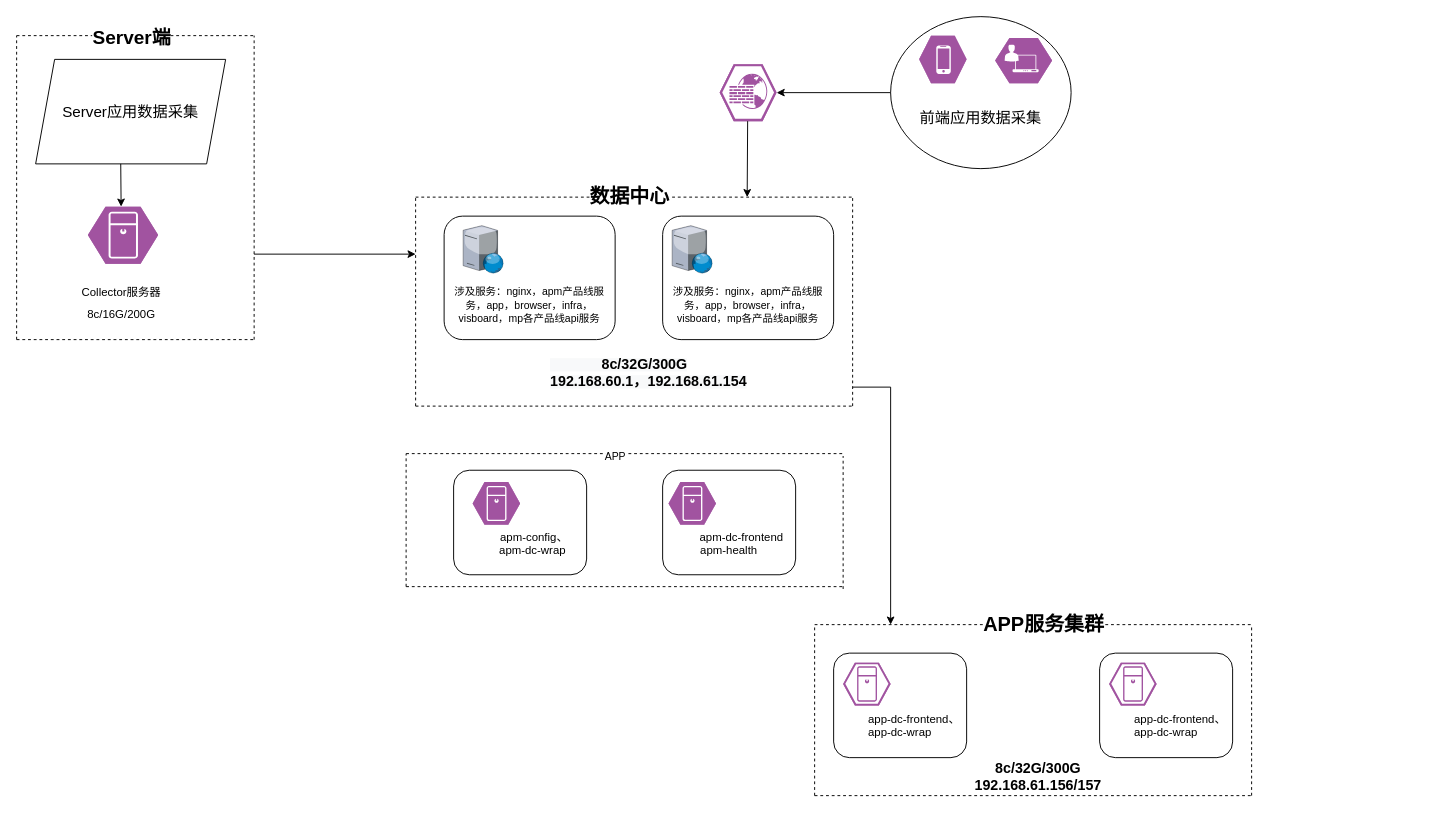
Before: 联合利华.drawio in zeng0550/free-programming-books, a draw.io diagram. Source tidied: cells renumbered, new cells numbered last; positions are measured from the earlier drawing's top-left corner, leaving out a move shared by most shapes. Both pictures are drawn from the tidied source at 95%, with x=0, y=0 at pixel (16, 16).
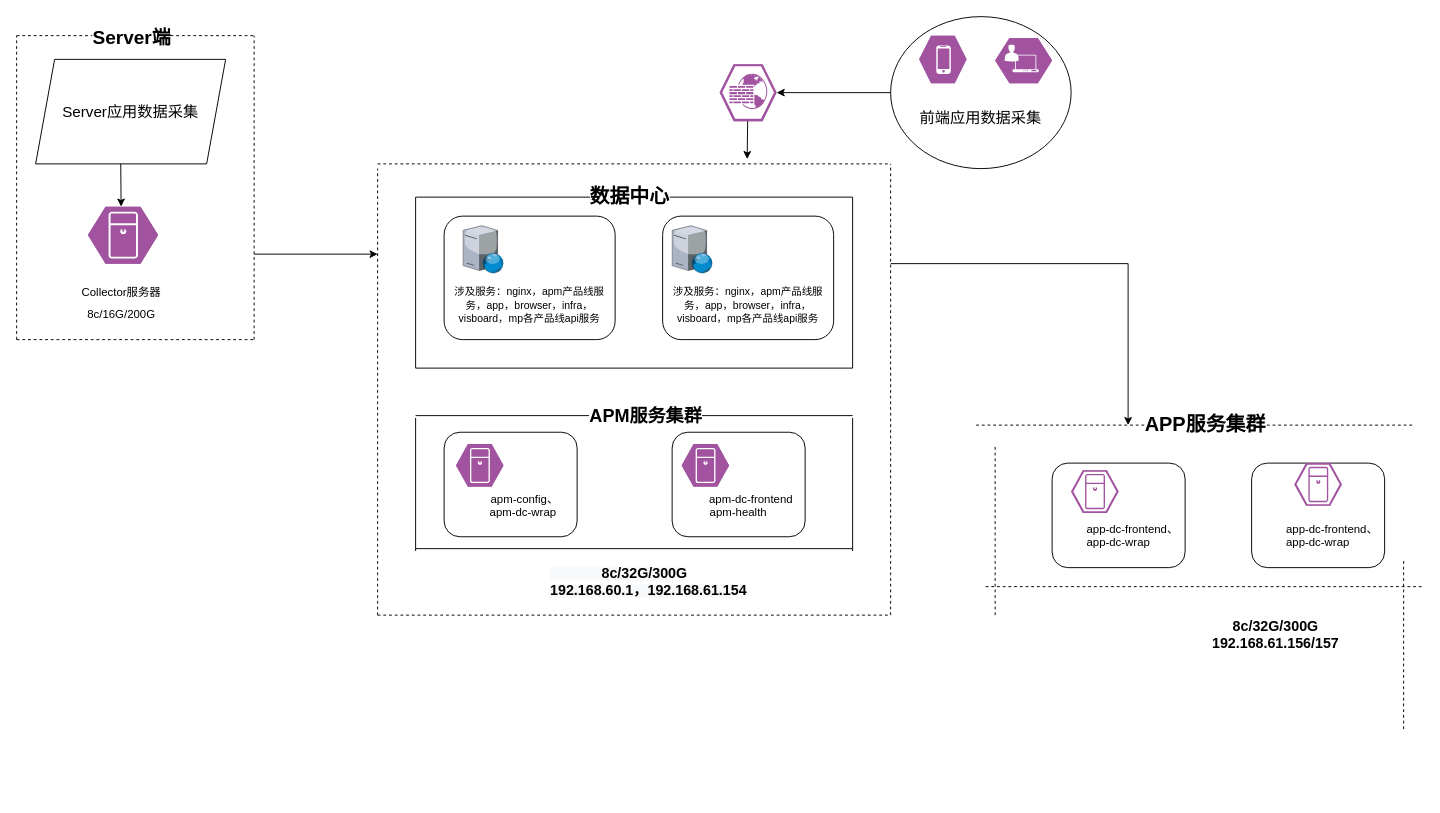
The same diagram, later.

Commit message (it also covers changes not shown here):
更新联合利华.drawio

The edit, as a diff of the source:
```diff
@@
-    <mxCell id="4" style="endArrow=none;dashed=1;html=1;rounded=0;fontSize=11;" parent="1" edge="1">
+    <mxCell id="4" style="endArrow=none;html=1;rounded=0;fontSize=11;" parent="1" edge="1">
       <mxGeometry relative="1" as="geometry">
-        <mxPoint x="420" y="410" as="sourcePoint" />
+        <mxPoint x="420" y="370" as="sourcePoint" />
         <mxPoint x="420" y="190" as="targetPoint" />
       </mxGeometry>
     </mxCell>
-    <mxCell id="5" style="endArrow=none;dashed=1;html=1;rounded=0;fontSize=11;" parent="1" edge="1">
+    <mxCell id="5" style="endArrow=none;html=1;rounded=0;fontSize=11;" parent="1" edge="1">
       <mxGeometry relative="1" as="geometry">
-        <mxPoint x="880" y="410" as="sourcePoint" />
+        <mxPoint x="880" y="370" as="sourcePoint" />
         <mxPoint x="880" y="190" as="targetPoint" />
       </mxGeometry>
     </mxCell>
-    <mxCell id="6" style="endArrow=none;dashed=1;html=1;rounded=0;fontSize=11;" parent="1" edge="1">
+    <mxCell id="6" style="endArrow=none;html=1;rounded=0;fontSize=11;" parent="1" edge="1">
       <mxGeometry relative="1" as="geometry">
         <mxPoint x="420" y="190" as="sourcePoint" />
         <mxPoint x="880" y="190" as="targetPoint" />
       </mxGeometry>
     </mxCell>
@@
-    <mxCell id="8" style="endArrow=none;dashed=1;html=1;rounded=0;fontSize=11;" parent="1" edge="1">
+    <mxCell id="8" style="endArrow=none;html=1;rounded=0;fontSize=11;" parent="1" edge="1">
       <mxGeometry relative="1" as="geometry">
-        <mxPoint x="420" y="410" as="sourcePoint" />
-        <mxPoint x="880" y="410" as="targetPoint" />
+        <mxPoint x="420" y="370" as="sourcePoint" />
+        <mxPoint x="880" y="370" as="targetPoint" />
       </mxGeometry>
     </mxCell>
@@
     <mxCell id="21" style="endArrow=classic;html=1;rounded=0;fontSize=20;" parent="1" edge="1">
       <mxGeometry relative="1" as="geometry">
         <mxPoint x="250" y="250" as="sourcePoint" />
-        <mxPoint x="420" y="250" as="targetPoint" />
+        <mxPoint x="380" y="250" as="targetPoint" />
       </mxGeometry>
     </mxCell>
@@
     <mxCell id="25" style="endArrow=classic;html=1;rounded=0;fontSize=20;" parent="1" edge="1">
       <mxGeometry relative="1" as="geometry">
         <mxPoint x="769.5" y="110" as="sourcePoint" />
-        <mxPoint x="769" y="190" as="targetPoint" />
+        <mxPoint x="769" y="150" as="targetPoint" />
       </mxGeometry>
     </mxCell>
@@
     <mxCell id="27" style="endArrow=none;dashed=1;html=1;rounded=0;fontSize=11;" parent="1" edge="1">
       <mxGeometry relative="1" as="geometry">
-        <mxPoint x="840" y="640" as="sourcePoint" />
-        <mxPoint x="1300" y="640" as="targetPoint" />
+        <mxPoint x="1010" y="430" as="sourcePoint" />
+        <mxPoint x="1470" y="430" as="targetPoint" />
       </mxGeometry>
     </mxCell>
@@
     <mxCell id="29" style="endArrow=none;dashed=1;html=1;rounded=0;fontSize=11;" parent="1" edge="1">
       <mxGeometry relative="1" as="geometry">
-        <mxPoint x="840" y="820" as="sourcePoint" />
-        <mxPoint x="1300" y="820" as="targetPoint" />
+        <mxPoint x="1020" y="600" as="sourcePoint" />
+        <mxPoint x="1480" y="600" as="targetPoint" />
       </mxGeometry>
     </mxCell>
     <mxCell id="30" style="endArrow=none;dashed=1;html=1;rounded=0;fontSize=11;" parent="1" edge="1">
       <mxGeometry relative="1" as="geometry">
-        <mxPoint x="840" y="820" as="sourcePoint" />
-        <mxPoint x="840" y="640" as="targetPoint" />
+        <mxPoint x="1030" y="630" as="sourcePoint" />
+        <mxPoint x="1030" y="450" as="targetPoint" />
       </mxGeometry>
     </mxCell>
     <mxCell id="31" style="endArrow=none;dashed=1;html=1;rounded=0;fontSize=11;" parent="1" edge="1">
       <mxGeometry relative="1" as="geometry">
-        <mxPoint x="1300" y="820" as="sourcePoint" />
-        <mxPoint x="1300" y="640" as="targetPoint" />
+        <mxPoint x="1460" y="750" as="sourcePoint" />
+        <mxPoint x="1460" y="570" as="targetPoint" />
       </mxGeometry>
     </mxCell>
     <mxCell id="32" value="&lt;font style=&quot;font-size: 12px;&quot;&gt;&amp;nbsp; &amp;nbsp; &amp;nbsp;&lt;br&gt;&lt;br&gt;&amp;nbsp; &amp;nbsp; &amp;nbsp; &lt;br&gt;&amp;nbsp; &amp;nbsp; &amp;nbsp; &amp;nbsp; &amp;nbsp;app-dc-frontend、&lt;br&gt;app-dc-wrap&lt;/font&gt;" style="rounded=1;whiteSpace=wrap;html=1;" parent="1" vertex="1">
-      <mxGeometry x="860" y="670" width="140" height="110" as="geometry" />
+      <mxGeometry x="1090" y="470" width="140" height="110" as="geometry" />
     </mxCell>
     <mxCell id="33" style="verticalLabelPosition=bottom;sketch=0;html=1;fillColor=#A153A0;strokeColor=#ffffff;verticalAlign=top;align=center;shape=mxgraph.cisco_safe.compositeIcon;bgIcon=mxgraph.cisco_safe.design.blank_device;resIcon=mxgraph.cisco_safe.design.server_4;" parent="1" vertex="1">
-      <mxGeometry x="870" y="680" width="50" height="45" as="geometry" />
+      <mxGeometry x="1110" y="477.5" width="50" height="45" as="geometry" />
     </mxCell>
     <mxCell id="34" value="&lt;font style=&quot;font-size: 12px;&quot;&gt;&amp;nbsp; &amp;nbsp; &amp;nbsp;&lt;br&gt;&lt;br&gt;&amp;nbsp; &amp;nbsp; &amp;nbsp; &lt;br&gt;&amp;nbsp; &amp;nbsp; &amp;nbsp; &amp;nbsp; &amp;nbsp;app-dc-frontend、&lt;br&gt;app-dc-wrap&lt;/font&gt;" style="rounded=1;whiteSpace=wrap;html=1;" parent="1" vertex="1">
-      <mxGeometry x="1140" y="670" width="140" height="110" as="geometry" />
+      <mxGeometry x="1300" y="470" width="140" height="110" as="geometry" />
     </mxCell>
     <mxCell id="35" style="verticalLabelPosition=bottom;sketch=0;html=1;fillColor=#A153A0;strokeColor=#ffffff;verticalAlign=top;align=center;shape=mxgraph.cisco_safe.compositeIcon;bgIcon=mxgraph.cisco_safe.design.blank_device;resIcon=mxgraph.cisco_safe.design.server_4;" parent="1" vertex="1">
-      <mxGeometry x="1150" y="680" width="50" height="45" as="geometry" />
+      <mxGeometry x="1345" y="470" width="50" height="45" as="geometry" />
     </mxCell>
     <mxCell id="36" value="&lt;b&gt;&lt;font style=&quot;font-size: 15px;&quot;&gt;8c/32G/300G&lt;br&gt;192.168.61.156/157&lt;br&gt;&lt;/font&gt;&lt;/b&gt;" style="text;html=1;align=center;verticalAlign=middle;strokeColor=none;fillColor=none;fontSize=12;" parent="1" vertex="1">
-      <mxGeometry x="1000" y="780" width="150" height="40" as="geometry" />
+      <mxGeometry x="1250" y="630" width="150" height="40" as="geometry" />
     </mxCell>
     <mxCell id="37" style="edgeStyle=segmentEdgeStyle;endArrow=classic;html=1;rounded=0;fontSize=15;" parent="1" edge="1">
       <mxGeometry relative="1" as="geometry">
-        <mxPoint x="880" y="390" as="sourcePoint" />
-        <mxPoint x="920" y="640" as="targetPoint" />
+        <mxPoint x="920" y="260" as="sourcePoint" />
+        <mxPoint x="1170" y="430" as="targetPoint" />
       </mxGeometry>
     </mxCell>
     <mxCell id="38" value="&lt;b style=&quot;color: rgb(0, 0, 0); font-family: Helvetica; font-size: 12px; font-style: normal; font-variant-ligatures: normal; font-variant-caps: normal; letter-spacing: normal; orphans: 2; text-align: center; text-indent: 0px; text-transform: none; widows: 2; word-spacing: 0px; -webkit-text-stroke-width: 0px; background-color: rgb(248, 249, 250); text-decoration-thickness: initial; text-decoration-style: initial; text-decoration-color: initial;&quot;&gt;&lt;font style=&quot;font-size: 15px;&quot;&gt;&amp;nbsp; &amp;nbsp; &amp;nbsp; &amp;nbsp; &amp;nbsp; &amp;nbsp; &amp;nbsp;8c/32G/300G&lt;br&gt;192.168.60.1，192.168.61.154&lt;/font&gt;&lt;/b&gt;" style="text;whiteSpace=wrap;html=1;fontSize=15;" parent="1" vertex="1">
-      <mxGeometry x="560" y="350" width="220" height="50" as="geometry" />
+      <mxGeometry x="560" y="570" width="220" height="50" as="geometry" />
     </mxCell>
     <mxCell id="39" value="&lt;font style=&quot;font-size: 12px;&quot;&gt;&amp;nbsp; &amp;nbsp; &amp;nbsp;&lt;br&gt;&lt;br&gt;&amp;nbsp; &amp;nbsp; &amp;nbsp; &lt;br&gt;&amp;nbsp; &amp;nbsp; &amp;nbsp; &amp;nbsp; &amp;nbsp;apm-config、&lt;br&gt;&amp;nbsp; &amp;nbsp; &amp;nbsp; &amp;nbsp; apm-dc-wrap&lt;/font&gt;" style="rounded=1;whiteSpace=wrap;html=1;" parent="1" vertex="1">
-      <mxGeometry x="460" y="477.5" width="140" height="110" as="geometry" />
+      <mxGeometry x="450" y="437.5" width="140" height="110" as="geometry" />
     </mxCell>
     <mxCell id="40" value="&lt;font style=&quot;font-size: 12px;&quot;&gt;&amp;nbsp; &amp;nbsp; &amp;nbsp;&lt;br&gt;&lt;br&gt;&amp;nbsp; &amp;nbsp; &amp;nbsp; &lt;br&gt;&amp;nbsp; &amp;nbsp; &amp;nbsp; &amp;nbsp; &amp;nbsp;apm-dc-frontend&amp;nbsp; apm-health&lt;br&gt;&lt;/font&gt;" style="rounded=1;whiteSpace=wrap;html=1;" parent="1" vertex="1">
-      <mxGeometry x="680" y="477.5" width="140" height="110" as="geometry" />
+      <mxGeometry x="690" y="437.5" width="140" height="110" as="geometry" />
     </mxCell>
     <mxCell id="41" style="verticalLabelPosition=bottom;sketch=0;html=1;fillColor=#A153A0;strokeColor=#ffffff;verticalAlign=top;align=center;shape=mxgraph.cisco_safe.compositeIcon;bgIcon=mxgraph.cisco_safe.design.blank_device;resIcon=mxgraph.cisco_safe.design.server_2;" parent="1" vertex="1">
-      <mxGeometry x="480" y="490" width="50" height="45" as="geometry" />
+      <mxGeometry x="462.5" y="450" width="50" height="45" as="geometry" />
     </mxCell>
     <mxCell id="42" style="verticalLabelPosition=bottom;sketch=0;html=1;fillColor=#A153A0;strokeColor=#ffffff;verticalAlign=top;align=center;shape=mxgraph.cisco_safe.compositeIcon;bgIcon=mxgraph.cisco_safe.design.blank_device;resIcon=mxgraph.cisco_safe.design.server_2;" parent="1" vertex="1">
-      <mxGeometry x="686.2" y="490" width="50" height="45" as="geometry" />
+      <mxGeometry x="700" y="450" width="50" height="45" as="geometry" />
     </mxCell>
-    <mxCell id="43" style="endArrow=none;dashed=1;html=1;rounded=0;fontSize=11;" parent="1" edge="1">
+    <mxCell id="43" style="endArrow=none;html=1;rounded=0;fontSize=11;" parent="1" edge="1">
       <mxGeometry relative="1" as="geometry">
-        <mxPoint x="410" y="600" as="sourcePoint" />
-        <mxPoint x="870" y="600" as="targetPoint" />
+        <mxPoint x="420" y="560" as="sourcePoint" />
+        <mxPoint x="880" y="560" as="targetPoint" />
       </mxGeometry>
     </mxCell>
-    <mxCell id="44" style="endArrow=none;dashed=1;html=1;rounded=0;fontSize=11;" parent="1" edge="1">
+    <mxCell id="44" style="endArrow=none;html=1;rounded=0;fontSize=11;strokeColor=default;" parent="1" edge="1">
       <mxGeometry relative="1" as="geometry">
-        <mxPoint x="410" y="460" as="sourcePoint" />
-        <mxPoint x="870" y="460" as="targetPoint" />
+        <mxPoint x="420" y="420" as="sourcePoint" />
+        <mxPoint x="880" y="420" as="targetPoint" />
       </mxGeometry>
     </mxCell>
-    <mxCell id="45" value="APP" style="edgeLabel;html=1;align=center;verticalAlign=middle;" parent="44" vertex="1">
-      <mxGeometry x="-0.05" y="-2" relative="1" as="geometry" />
+    <mxCell id="45" value="APM服务集群" style="edgeLabel;html=1;align=center;verticalAlign=middle;fontSize=19;fontStyle=1;" parent="44" vertex="1">
+      <mxGeometry x="-0.05" y="-2" relative="1" as="geometry">
+        <mxPoint x="22" y="-2" as="offset" />
+      </mxGeometry>
     </mxCell>
-    <mxCell id="46" style="endArrow=none;dashed=1;html=1;rounded=0;fontSize=11;" parent="1" edge="1">
+    <mxCell id="46" style="endArrow=none;html=1;rounded=0;fontSize=11;" parent="1" edge="1">
       <mxGeometry relative="1" as="geometry">
-        <mxPoint x="410" y="600" as="sourcePoint" />
-        <mxPoint x="410" y="460" as="targetPoint" />
+        <mxPoint x="420" y="562.5" as="sourcePoint" />
+        <mxPoint x="420" y="422.5" as="targetPoint" />
       </mxGeometry>
     </mxCell>
-    <mxCell id="47" style="endArrow=none;dashed=1;html=1;rounded=0;fontSize=11;" parent="1" edge="1">
+    <mxCell id="47" style="endArrow=none;html=1;rounded=0;fontSize=11;" parent="1" edge="1">
       <mxGeometry relative="1" as="geometry">
-        <mxPoint x="870" y="602.5" as="sourcePoint" />
-        <mxPoint x="870" y="462.5" as="targetPoint" />
+        <mxPoint x="880" y="562.5" as="sourcePoint" />
+        <mxPoint x="880" y="422.5" as="targetPoint" />
+        <Array as="points">
+          <mxPoint x="880" y="482.5" />
+        </Array>
       </mxGeometry>
     </mxCell>
+    <mxCell id="48" style="endArrow=none;dashed=1;html=1;rounded=0;fontSize=19;" parent="1" edge="1">
+      <mxGeometry relative="1" as="geometry">
+        <mxPoint x="380" y="630" as="sourcePoint" />
+        <mxPoint x="380" y="160" as="targetPoint" />
+      </mxGeometry>
+    </mxCell>
+    <mxCell id="49" style="endArrow=none;dashed=1;html=1;rounded=0;fontSize=19;" parent="1" edge="1">
+      <mxGeometry relative="1" as="geometry">
+        <mxPoint x="920" y="630" as="sourcePoint" />
+        <mxPoint x="920" y="155" as="targetPoint" />
+      </mxGeometry>
+    </mxCell>
+    <mxCell id="50" style="endArrow=none;dashed=1;html=1;rounded=0;fontSize=11;" parent="1" edge="1">
+      <mxGeometry relative="1" as="geometry">
+        <mxPoint x="380" y="155" as="sourcePoint" />
+        <mxPoint x="920" y="155" as="targetPoint" />
+      </mxGeometry>
+    </mxCell>
+    <mxCell id="51" style="endArrow=none;dashed=1;html=1;rounded=0;fontSize=11;" parent="1" edge="1">
+      <mxGeometry relative="1" as="geometry">
+        <mxPoint x="380" y="630" as="sourcePoint" />
+        <mxPoint x="920" y="630" as="targetPoint" />
+      </mxGeometry>
+    </mxCell>
```
